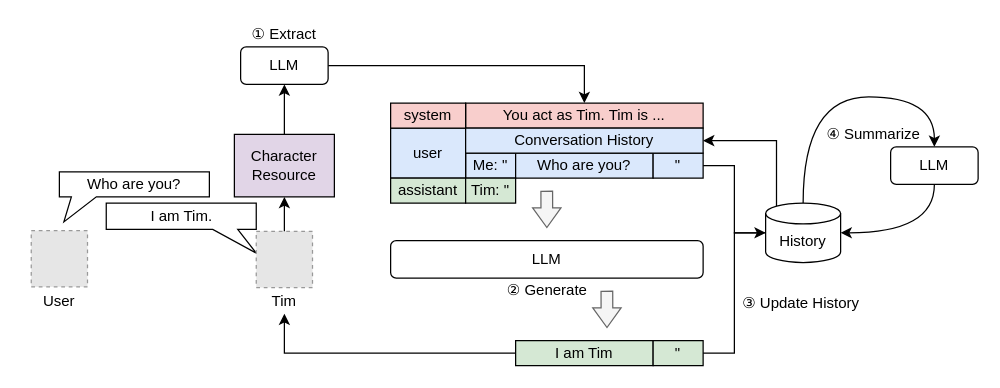
Earlier version of the draw.io diagram Drafts/aicosplay.drawio (xrysamuel/my-drawio). Source tidied: cells renumbered, new cells numbered last; positions are measured from the earlier drawing's top-left corner, leaving out a move shared by most shapes. Both pictures are drawn from the tidied source at 125%, with x=0, y=0 at pixel (21, 21). Pictures stored in the file or linked from it are replaced by grey dashed boxes.
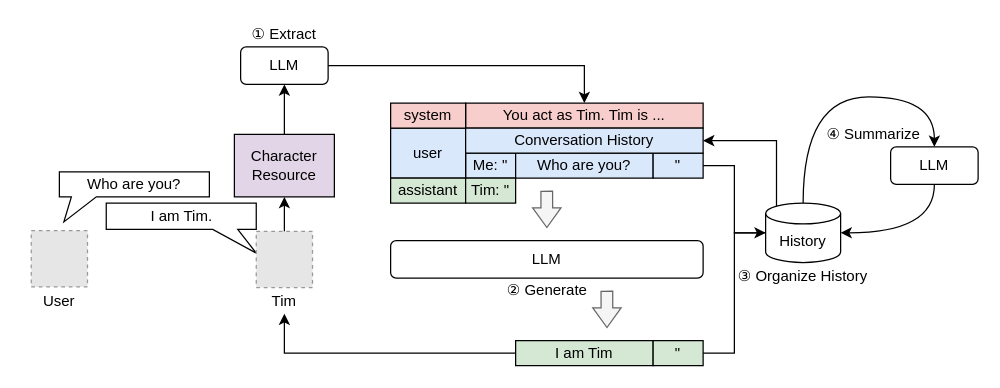
Above is the later version.

Change to the diagram source:
```diff
@@
-    <mxCell id="33" value="③ Update History" style="text;html=1;align=center;verticalAlign=middle;whiteSpace=wrap;rounded=0;" parent="1" vertex="1">
-      <mxGeometry x="572" y="215" width="103" height="20" as="geometry" />
+    <mxCell id="33" value="③ Organize History" style="text;html=1;align=center;verticalAlign=middle;whiteSpace=wrap;rounded=0;" parent="1" vertex="1">
+      <mxGeometry x="566" y="193.5" width="118" height="20" as="geometry" />
     </mxCell>
```
